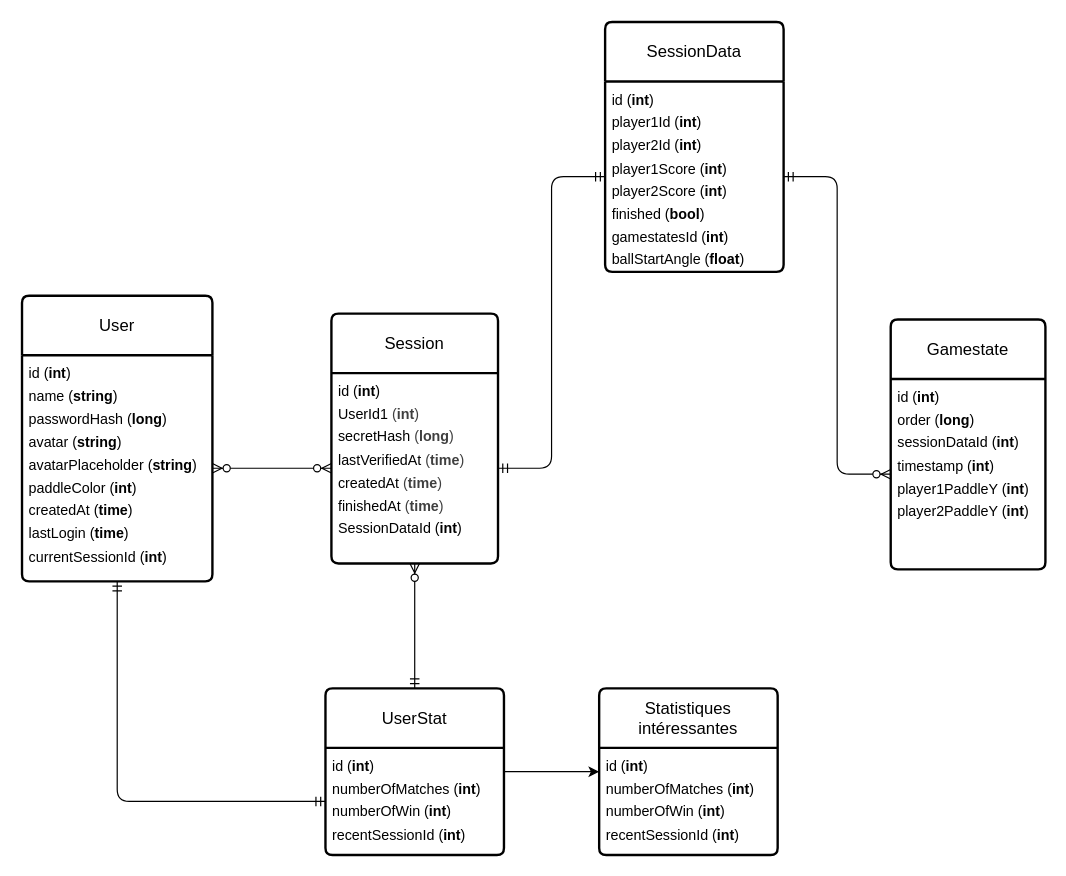
This is doc/database.drawio from peufo/42_transcendence, a draw.io file, before an edit. Source tidied: cells renumbered, new cells numbered last; positions are measured from the earlier drawing's top-left corner, leaving out a move shared by most shapes. Both pictures are drawn from the tidied source at 119%, with x=0, y=0 at pixel (21, 21).
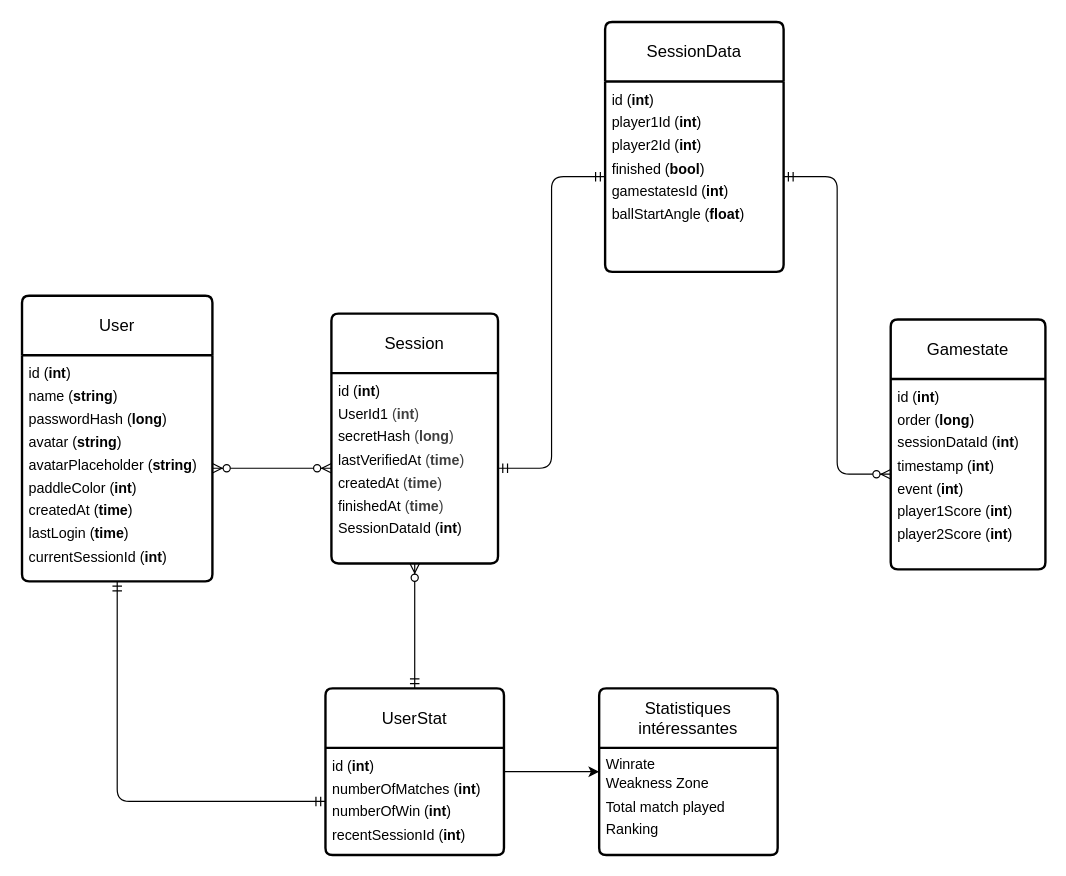
The same diagram, later.

Commit message:
changed database struct

Unchanged cells that the change refers to:
```xml
<mxCell id="12" value="Gamestate" style="swimlane;horizontal=1;startSize=50;rounded=1;fontSize=14;fontStyle=0;strokeWidth=2;shadow=0;dashed=0;align=center;arcSize=4;whiteSpace=wrap;html=1;" parent="1" vertex="1">
  <mxGeometry x="730" y="250" width="130" height="210" as="geometry" />
</mxCell>
<mxCell id="15" value="SessionData" style="swimlane;horizontal=1;startSize=50;rounded=1;fontSize=14;fontStyle=0;strokeWidth=2;shadow=0;dashed=0;align=center;arcSize=4;whiteSpace=wrap;html=1;" parent="1" vertex="1">
  <mxGeometry x="490" width="150" height="210" as="geometry" />
</mxCell>
<mxCell id="19" value="Statistiques intéressantes" style="swimlane;horizontal=1;startSize=50;rounded=1;fontSize=14;fontStyle=0;strokeWidth=2;shadow=0;dashed=0;align=center;arcSize=4;whiteSpace=wrap;html=1;" parent="1" vertex="1">
  <mxGeometry x="485" y="560" width="150" height="140" as="geometry" />
</mxCell>
```

Change to the diagram source:
```diff
@@
-    <mxCell id="13" value="id (&lt;b style=&quot;line-height: 160%;&quot;&gt;int&lt;/b&gt;)&lt;div style=&quot;line-height: 160%;&quot;&gt;&lt;font color=&quot;#000000&quot;&gt;order (&lt;b&gt;long&lt;/b&gt;)&lt;br&gt;&lt;/font&gt;&lt;div&gt;&lt;font color=&quot;#000000&quot;&gt;sessionDataId (&lt;b&gt;int&lt;/b&gt;)&lt;br&gt;&lt;/font&gt;&lt;div&gt;&lt;div&gt;timestamp (&lt;b&gt;int&lt;/b&gt;)&lt;/div&gt;&lt;div&gt;player1PaddleY (&lt;b&gt;int&lt;/b&gt;)&lt;/div&gt;&lt;div&gt;player2PaddleY (&lt;b&gt;int&lt;/b&gt;)&lt;br&gt;&lt;/div&gt;&lt;/div&gt;&lt;/div&gt;&lt;/div&gt;" style="align=left;strokeColor=none;fillColor=none;spacingLeft=4;fontSize=12;verticalAlign=top;html=1;" parent="12" vertex="1">
+    <mxCell id="13" value="id (&lt;b style=&quot;line-height: 160%;&quot;&gt;int&lt;/b&gt;)&lt;div style=&quot;line-height: 160%;&quot;&gt;&lt;font color=&quot;#000000&quot;&gt;order (&lt;b&gt;long&lt;/b&gt;)&lt;br&gt;&lt;/font&gt;&lt;div&gt;&lt;font color=&quot;#000000&quot;&gt;sessionDataId (&lt;b&gt;int&lt;/b&gt;)&lt;br&gt;&lt;/font&gt;&lt;div&gt;&lt;div&gt;timestamp (&lt;b&gt;int&lt;/b&gt;)&lt;/div&gt;&lt;/div&gt;&lt;/div&gt;&lt;div&gt;event (&lt;b&gt;int&lt;/b&gt;)&lt;/div&gt;&lt;div&gt;player1Score (&lt;b&gt;int&lt;/b&gt;)&lt;/div&gt;&lt;div&gt;player2Score (&lt;b&gt;int&lt;/b&gt;)&lt;/div&gt;&lt;/div&gt;" style="align=left;strokeColor=none;fillColor=none;spacingLeft=4;fontSize=12;verticalAlign=top;html=1;" parent="12" vertex="1">
       <mxGeometry y="50" width="130" height="160" as="geometry" />
     </mxCell>
@@
-    <mxCell id="16" value="&lt;font style=&quot;line-height: 160%;&quot;&gt;id (&lt;b&gt;int&lt;/b&gt;)&lt;/font&gt;&lt;div style=&quot;line-height: 160%;&quot;&gt;player1Id (&lt;b&gt;int&lt;/b&gt;)&lt;/div&gt;&lt;div style=&quot;line-height: 160%;&quot;&gt;player2Id (&lt;b&gt;int&lt;/b&gt;)&lt;/div&gt;&lt;div style=&quot;line-height: 160%;&quot;&gt;player1Score (&lt;b&gt;int&lt;/b&gt;)&lt;/div&gt;&lt;div style=&quot;line-height: 160%;&quot;&gt;player2Score (&lt;b&gt;int&lt;/b&gt;)&lt;/div&gt;&lt;div style=&quot;line-height: 160%;&quot;&gt;finished (&lt;b&gt;bool&lt;/b&gt;)&lt;/div&gt;&lt;div style=&quot;line-height: 160%;&quot;&gt;gamestatesId (&lt;b&gt;int&lt;/b&gt;)&lt;/div&gt;&lt;div style=&quot;line-height: 160%;&quot;&gt;&lt;span style=&quot;background-color: transparent;&quot;&gt;ballStartAngle (&lt;b&gt;float&lt;/b&gt;&lt;/span&gt;&lt;span style=&quot;background-color: transparent;&quot;&gt;)&lt;/span&gt;&lt;/div&gt;" style="align=left;strokeColor=none;fillColor=none;spacingLeft=4;fontSize=12;verticalAlign=top;html=1;" parent="15" vertex="1">
+    <mxCell id="16" value="&lt;font style=&quot;line-height: 160%;&quot;&gt;id (&lt;b&gt;int&lt;/b&gt;)&lt;/font&gt;&lt;div style=&quot;line-height: 160%;&quot;&gt;player1Id (&lt;b&gt;int&lt;/b&gt;)&lt;/div&gt;&lt;div style=&quot;line-height: 160%;&quot;&gt;player2Id (&lt;b&gt;int&lt;/b&gt;)&lt;/div&gt;&lt;div style=&quot;line-height: 160%;&quot;&gt;finished (&lt;b&gt;bool&lt;/b&gt;)&lt;/div&gt;&lt;div style=&quot;line-height: 160%;&quot;&gt;gamestatesId (&lt;b&gt;int&lt;/b&gt;)&lt;/div&gt;&lt;div style=&quot;line-height: 160%;&quot;&gt;&lt;span style=&quot;background-color: transparent;&quot;&gt;ballStartAngle (&lt;b&gt;float&lt;/b&gt;&lt;/span&gt;&lt;span style=&quot;background-color: transparent;&quot;&gt;)&lt;/span&gt;&lt;/div&gt;" style="align=left;strokeColor=none;fillColor=none;spacingLeft=4;fontSize=12;verticalAlign=top;html=1;" parent="15" vertex="1">
       <mxGeometry y="50" width="150" height="160" as="geometry" />
     </mxCell>
@@
-    <mxCell id="20" value="&lt;font style=&quot;color: rgb(0, 0, 0); line-height: 160%;&quot;&gt;id &lt;font&gt;(&lt;b&gt;int&lt;/b&gt;)&lt;/font&gt;&lt;/font&gt;&lt;div&gt;&lt;div style=&quot;line-height: 160%;&quot;&gt;numberOfMatches (&lt;b&gt;int&lt;/b&gt;)&lt;br&gt;&lt;div&gt;numberOfWin (&lt;b&gt;int&lt;/b&gt;)&lt;/div&gt;&lt;div&gt;&lt;font style=&quot;color: rgb(0, 0, 0);&quot;&gt;&lt;font&gt;recentSessionId (&lt;b&gt;int&lt;/b&gt;)&lt;/font&gt;&lt;/font&gt;&lt;/div&gt;&lt;/div&gt;&lt;/div&gt;" style="align=left;strokeColor=none;fillColor=none;spacingLeft=4;fontSize=12;verticalAlign=top;html=1;" parent="19" vertex="1">
+    <mxCell id="20" value="Winrate&lt;div style=&quot;line-height: 160%;&quot;&gt;Weakness Zone&lt;/div&gt;&lt;div style=&quot;line-height: 160%;&quot;&gt;Total match played&lt;/div&gt;&lt;div style=&quot;line-height: 160%;&quot;&gt;Ranking&lt;/div&gt;" style="align=left;strokeColor=none;fillColor=none;spacingLeft=4;fontSize=12;verticalAlign=top;html=1;" parent="19" vertex="1">
       <mxGeometry y="50" width="150" height="90" as="geometry" />
     </mxCell>
```
